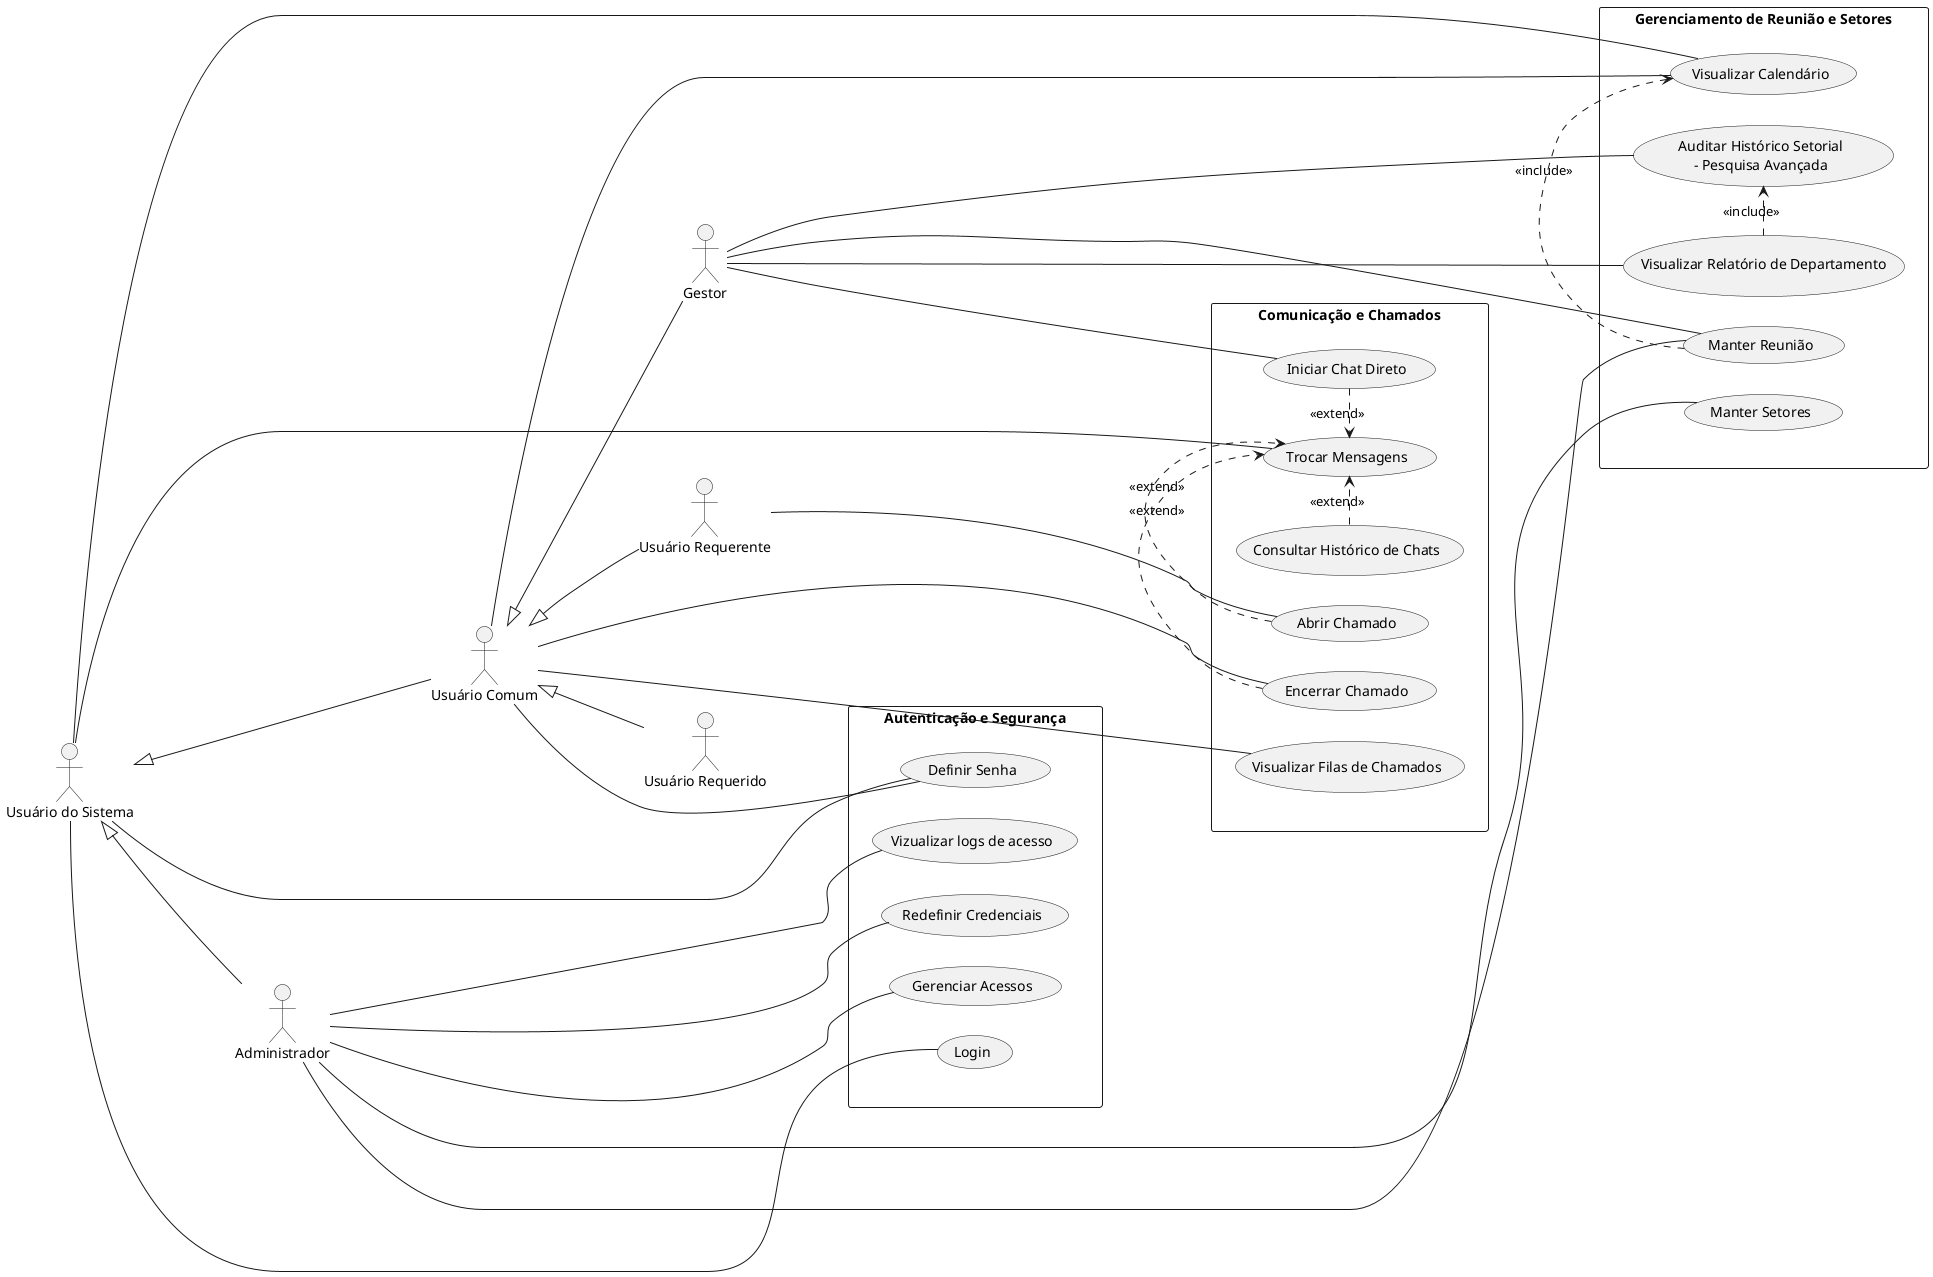
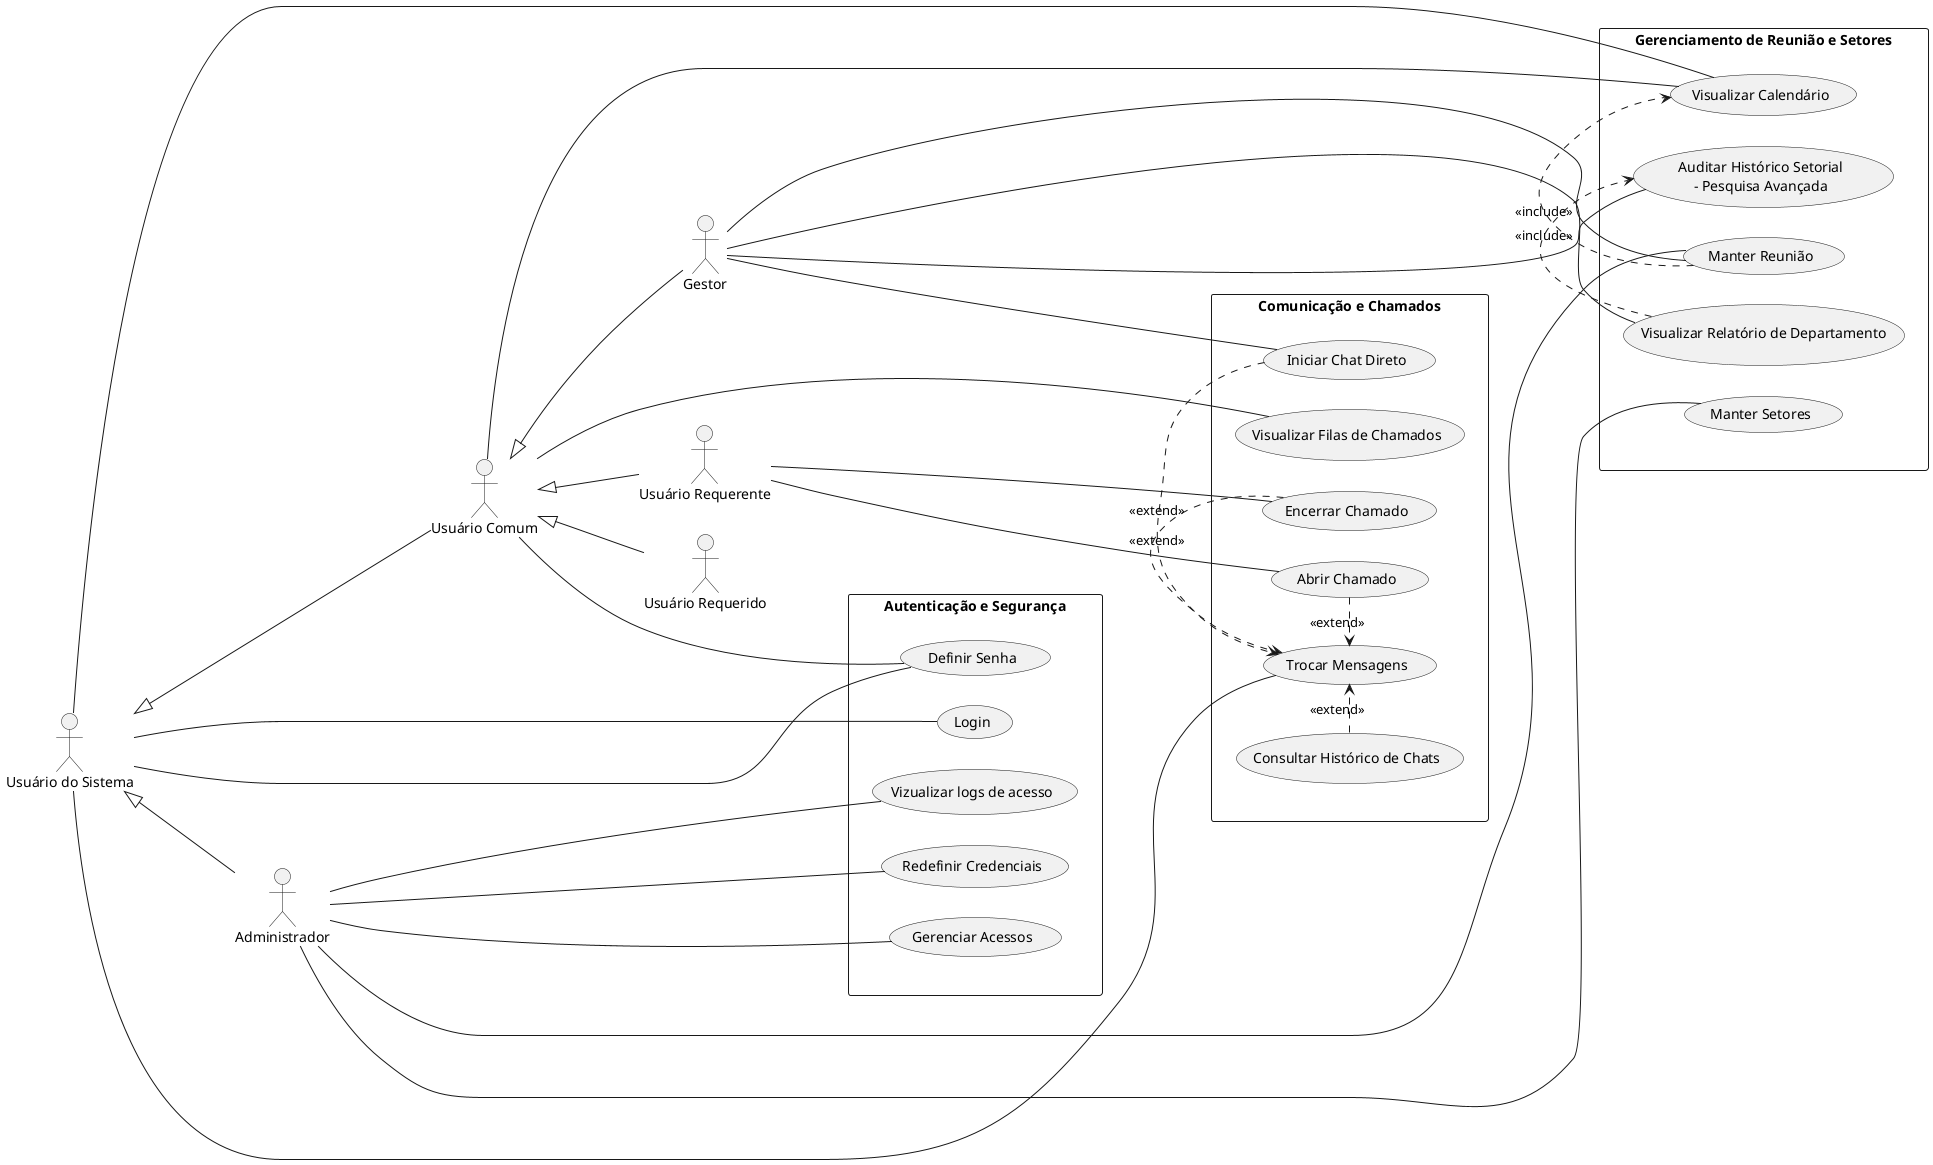
@startuml

' Configurações estéticas para melhorar o layout e o direcionamento das setas
skinparam backgroundcolor #FFFFFF
skinparam packageStyle rect
skinparam ranksep 100
skinparam nodesep 30
left to right direction


' Definição dos Atores e Hierarquia
actor "Usuário do Sistema" as US
actor "Administrador" as Admin
actor "Usuário Comum" as UC
actor "Usuário Requerente" as UReq
actor "Usuário Requerido" as URec
actor "Gestor" as Gestor


US <|-- Admin
Admin -[hidden]down-> UC
US <|-- UC
UC <|-- UReq
UC <|-- URec
UC <|-- Gestor


' Autenticação e Segurança
package "Autenticação e Segurança" as P_Segurança{
    usecase (Login) as UC_Login
    usecase (Definir Senha) as UC_DefinirSenha
    usecase (Redefinir Credenciais) as UC_RedefinirCredenciais
    usecase (Gerenciar Acessos) as UC_GerenciarAcessos
    usecase (Vizualizar logs de acesso) as UC_Auditarlogs
}

package "Comunicação e Chamados" as P_Comunicação {
    usecase (Trocar Mensagens) as UC_TrocarMensagens
    usecase (Consultar Histórico de Chats) as UC_Historico
    usecase (Iniciar Chat Direto) as UC_ChatDireto
    usecase (Abrir Chamado) as UC_AbrirChamado
    usecase (Encerrar Chamado) as UC_EncerrarChamado
    usecase (Visualizar Filas de Chamados) as UC_VisualizarFilas

    ' Agrupando as extensões para apontarem na mesma direção
    UC_Historico .right.> UC_TrocarMensagens : <<extend>>
    UC_ChatDireto .right.> UC_TrocarMensagens : <<extend>>
    UC_AbrirChamado .right.> UC_TrocarMensagens : <<extend>>
    UC_EncerrarChamado .right.> UC_TrocarMensagens : <<extend>>
}



package "Gerenciamento de Reunião e Setores" as P_Reunião {
    usecase (Manter Reunião) as UC_ManterReuniao
    usecase (Visualizar Calendário) as UC_Calendario
    usecase (Manter Setores) as UC_ManterSetores
    usecase (Visualizar Relatório de Departamento) as UC_Relatorio
    usecase (Auditar Histórico Setorial\n- Pesquisa Avançada) as UC_Historico_Departamento

    UC_ManterReuniao .right.> UC_Calendario : <<include>>
    UC_Relatorio .right.> UC_Historico_Departamento : <<include>>
}

' Força o posicionamento vertical dos pacotes para evitar sobreposição
P_Segurança -[hidden]down-> P_Comunicação
P_Comunicação -[hidden]down-> P_Reunião



' Usuário do Sistema (todos herdam)
US --- UC_Login
US --- UC_DefinirSenha
US --- UC_TrocarMensagens
US --- UC_Calendario


' Usuário Comum
UC --- UC_DefinirSenha
- '(essa de definir senha eu não tenho certeza)
- UC --- UC_EncerrarChamado
UC --- UC_VisualizarFilas
UC --- UC_Calendario

' Usuário Requerente
UReq --- UC_AbrirChamado
+ UReq --- UC_EncerrarChamado

' Gestor
Gestor --- UC_ChatDireto
Gestor --- UC_ManterReuniao
Gestor --- UC_Relatorio
Gestor --- UC_Historico_Departamento


' Administrador
Admin --- UC_GerenciarAcessos
Admin --- UC_RedefinirCredenciais
Admin --- UC_ManterReuniao
Admin --- UC_ManterSetores
Admin --- UC_Auditarlogs
@enduml